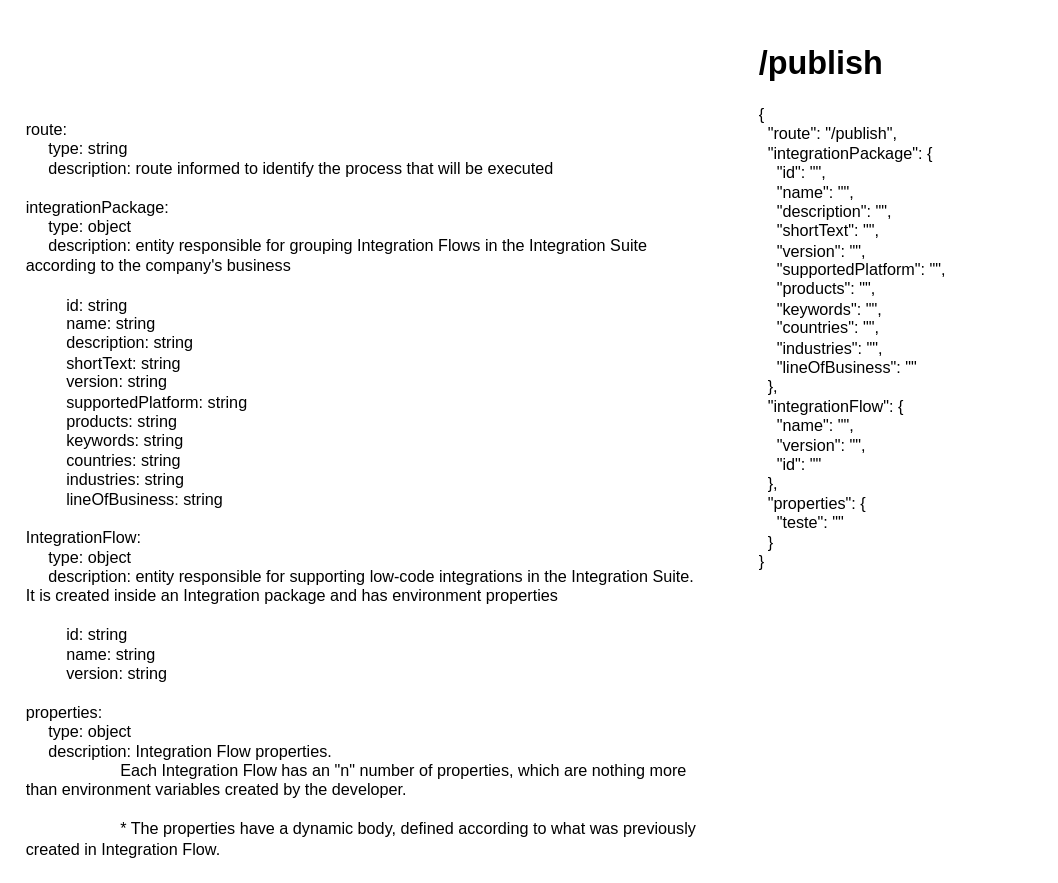
This is page "Payload examples" (5 of 5) of cpi-publisher-diagram.drawio from gabriel-rodrigues-f/sap-cloud-integration-architectural-diagrams, a draw.io file, before an edit. Source tidied: cells renumbered, new cells numbered last; positions are measured from the earlier drawing's top-left corner, leaving out a move shared by most shapes. Both pictures are drawn from the tidied source at 135%, with x=0, y=0 at pixel (23, 36).
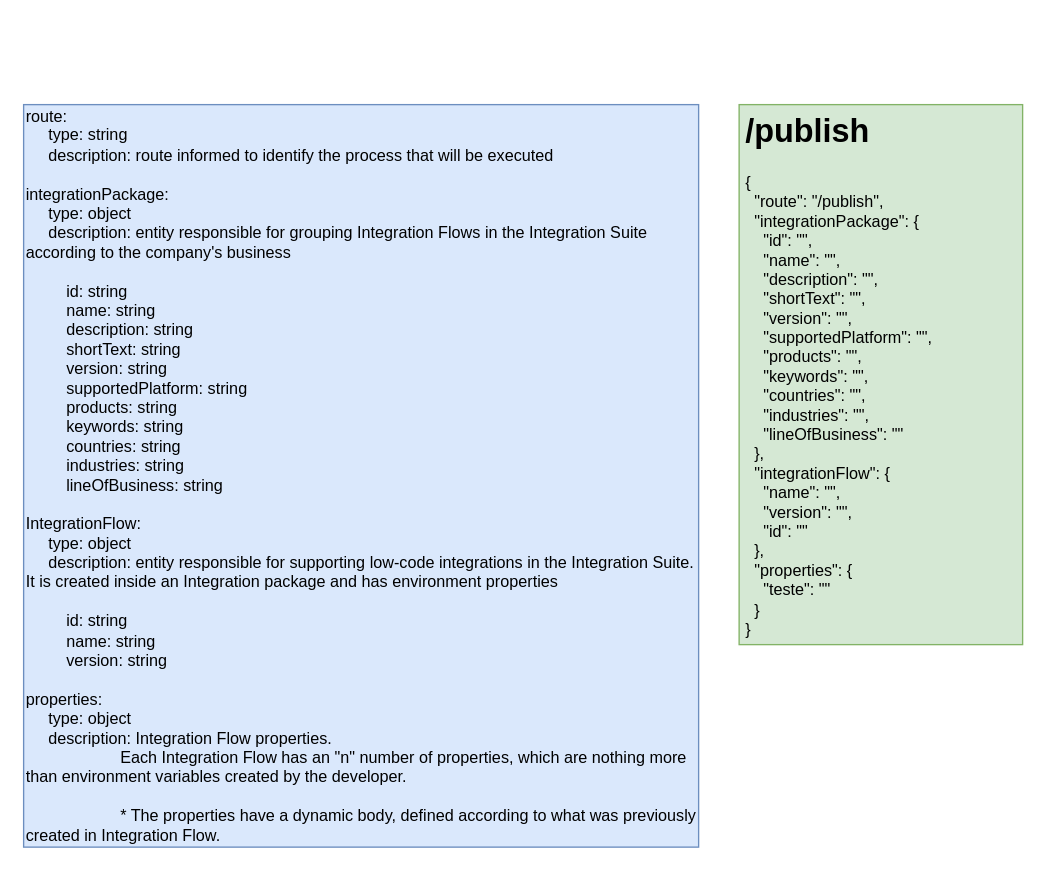
The same diagram, later.

The edit, as a diff of the source:
```diff
@@
 <mxGraphModel>
   <root>
     <mxCell id="0" />
     <mxCell id="1" parent="0" />
-    <mxCell id="2" value="&lt;h1&gt;/publish&lt;/h1&gt;&lt;div style=&quot;border-color: var(--border-color);&quot;&gt;{&lt;br style=&quot;border-color: var(--border-color);&quot;&gt;&lt;/div&gt;&lt;div style=&quot;border-color: var(--border-color);&quot;&gt;&lt;div style=&quot;border-color: var(--border-color);&quot;&gt;&amp;nbsp; &quot;route&quot;: &quot;/publish&quot;,&lt;/div&gt;&lt;div style=&quot;border-color: var(--border-color);&quot;&gt;&amp;nbsp; &quot;integrationPackage&quot;: {&lt;/div&gt;&lt;div style=&quot;border-color: var(--border-color);&quot;&gt;&amp;nbsp; &amp;nbsp; &quot;id&quot;: &quot;&quot;,&lt;/div&gt;&lt;div style=&quot;border-color: var(--border-color);&quot;&gt;&amp;nbsp; &amp;nbsp; &quot;name&quot;: &quot;&quot;,&lt;/div&gt;&lt;div style=&quot;border-color: var(--border-color);&quot;&gt;&amp;nbsp; &amp;nbsp; &quot;description&quot;: &quot;&quot;,&lt;/div&gt;&lt;div style=&quot;border-color: var(--border-color);&quot;&gt;&amp;nbsp; &amp;nbsp; &quot;shortText&quot;: &quot;&quot;,&lt;/div&gt;&lt;div style=&quot;border-color: var(--border-color);&quot;&gt;&amp;nbsp; &amp;nbsp; &quot;version&quot;: &quot;&quot;,&lt;/div&gt;&lt;div style=&quot;border-color: var(--border-color);&quot;&gt;&amp;nbsp; &amp;nbsp; &quot;supportedPlatform&quot;: &quot;&quot;,&lt;/div&gt;&lt;div style=&quot;border-color: var(--border-color);&quot;&gt;&amp;nbsp; &amp;nbsp; &quot;products&quot;: &quot;&quot;,&lt;/div&gt;&lt;div style=&quot;border-color: var(--border-color);&quot;&gt;&amp;nbsp; &amp;nbsp; &quot;keywords&quot;: &quot;&quot;,&lt;/div&gt;&lt;div style=&quot;border-color: var(--border-color);&quot;&gt;&amp;nbsp; &amp;nbsp; &quot;countries&quot;: &quot;&quot;,&lt;/div&gt;&lt;div style=&quot;border-color: var(--border-color);&quot;&gt;&amp;nbsp; &amp;nbsp; &quot;industries&quot;: &quot;&quot;,&lt;/div&gt;&lt;div style=&quot;border-color: var(--border-color);&quot;&gt;&amp;nbsp; &amp;nbsp; &quot;lineOfBusiness&quot;: &quot;&quot;&lt;/div&gt;&lt;div style=&quot;border-color: var(--border-color);&quot;&gt;&amp;nbsp; },&lt;/div&gt;&lt;div style=&quot;border-color: var(--border-color);&quot;&gt;&amp;nbsp; &quot;integrationFlow&quot;: {&lt;/div&gt;&lt;div style=&quot;border-color: var(--border-color);&quot;&gt;&amp;nbsp; &amp;nbsp; &quot;name&quot;: &quot;&quot;,&lt;/div&gt;&lt;div style=&quot;border-color: var(--border-color);&quot;&gt;&amp;nbsp; &amp;nbsp; &quot;version&quot;: &quot;&quot;,&lt;/div&gt;&lt;div style=&quot;border-color: var(--border-color);&quot;&gt;&amp;nbsp; &amp;nbsp; &quot;id&quot;: &quot;&quot;&lt;/div&gt;&lt;div style=&quot;border-color: var(--border-color);&quot;&gt;&amp;nbsp; },&lt;/div&gt;&lt;div style=&quot;border-color: var(--border-color);&quot;&gt;&amp;nbsp; &quot;properties&quot;: {&lt;/div&gt;&lt;div style=&quot;border-color: var(--border-color);&quot;&gt;&amp;nbsp; &amp;nbsp; &quot;teste&quot;: &quot;&quot;&lt;/div&gt;&lt;div style=&quot;border-color: var(--border-color);&quot;&gt;&amp;nbsp; }&lt;/div&gt;&lt;div style=&quot;border-color: var(--border-color);&quot;&gt;}&lt;/div&gt;&lt;/div&gt;" style="text;html=1;strokeColor=none;fillColor=none;spacing=5;spacingTop=-20;whiteSpace=wrap;overflow=hidden;rounded=0;" parent="1" vertex="1">
-      <mxGeometry x="540" width="210" height="400" as="geometry" />
+    <mxCell id="2" value="&lt;h1&gt;/publish&lt;/h1&gt;&lt;div style=&quot;border-color: var(--border-color);&quot;&gt;{&lt;br style=&quot;border-color: var(--border-color);&quot;&gt;&lt;/div&gt;&lt;div style=&quot;border-color: var(--border-color);&quot;&gt;&lt;div style=&quot;border-color: var(--border-color);&quot;&gt;&amp;nbsp; &quot;route&quot;: &quot;/publish&quot;,&lt;/div&gt;&lt;div style=&quot;border-color: var(--border-color);&quot;&gt;&amp;nbsp; &quot;integrationPackage&quot;: {&lt;/div&gt;&lt;div style=&quot;border-color: var(--border-color);&quot;&gt;&amp;nbsp; &amp;nbsp; &quot;id&quot;: &quot;&quot;,&lt;/div&gt;&lt;div style=&quot;border-color: var(--border-color);&quot;&gt;&amp;nbsp; &amp;nbsp; &quot;name&quot;: &quot;&quot;,&lt;/div&gt;&lt;div style=&quot;border-color: var(--border-color);&quot;&gt;&amp;nbsp; &amp;nbsp; &quot;description&quot;: &quot;&quot;,&lt;/div&gt;&lt;div style=&quot;border-color: var(--border-color);&quot;&gt;&amp;nbsp; &amp;nbsp; &quot;shortText&quot;: &quot;&quot;,&lt;/div&gt;&lt;div style=&quot;border-color: var(--border-color);&quot;&gt;&amp;nbsp; &amp;nbsp; &quot;version&quot;: &quot;&quot;,&lt;/div&gt;&lt;div style=&quot;border-color: var(--border-color);&quot;&gt;&amp;nbsp; &amp;nbsp; &quot;supportedPlatform&quot;: &quot;&quot;,&lt;/div&gt;&lt;div style=&quot;border-color: var(--border-color);&quot;&gt;&amp;nbsp; &amp;nbsp; &quot;products&quot;: &quot;&quot;,&lt;/div&gt;&lt;div style=&quot;border-color: var(--border-color);&quot;&gt;&amp;nbsp; &amp;nbsp; &quot;keywords&quot;: &quot;&quot;,&lt;/div&gt;&lt;div style=&quot;border-color: var(--border-color);&quot;&gt;&amp;nbsp; &amp;nbsp; &quot;countries&quot;: &quot;&quot;,&lt;/div&gt;&lt;div style=&quot;border-color: var(--border-color);&quot;&gt;&amp;nbsp; &amp;nbsp; &quot;industries&quot;: &quot;&quot;,&lt;/div&gt;&lt;div style=&quot;border-color: var(--border-color);&quot;&gt;&amp;nbsp; &amp;nbsp; &quot;lineOfBusiness&quot;: &quot;&quot;&lt;/div&gt;&lt;div style=&quot;border-color: var(--border-color);&quot;&gt;&amp;nbsp; },&lt;/div&gt;&lt;div style=&quot;border-color: var(--border-color);&quot;&gt;&amp;nbsp; &quot;integrationFlow&quot;: {&lt;/div&gt;&lt;div style=&quot;border-color: var(--border-color);&quot;&gt;&amp;nbsp; &amp;nbsp; &quot;name&quot;: &quot;&quot;,&lt;/div&gt;&lt;div style=&quot;border-color: var(--border-color);&quot;&gt;&amp;nbsp; &amp;nbsp; &quot;version&quot;: &quot;&quot;,&lt;/div&gt;&lt;div style=&quot;border-color: var(--border-color);&quot;&gt;&amp;nbsp; &amp;nbsp; &quot;id&quot;: &quot;&quot;&lt;/div&gt;&lt;div style=&quot;border-color: var(--border-color);&quot;&gt;&amp;nbsp; },&lt;/div&gt;&lt;div style=&quot;border-color: var(--border-color);&quot;&gt;&amp;nbsp; &quot;properties&quot;: {&lt;/div&gt;&lt;div style=&quot;border-color: var(--border-color);&quot;&gt;&amp;nbsp; &amp;nbsp; &quot;teste&quot;: &quot;&quot;&lt;/div&gt;&lt;div style=&quot;border-color: var(--border-color);&quot;&gt;&amp;nbsp; }&lt;/div&gt;&lt;div style=&quot;border-color: var(--border-color);&quot;&gt;}&lt;/div&gt;&lt;/div&gt;" style="text;html=1;strokeColor=#82b366;fillColor=#d5e8d4;spacing=5;spacingTop=-20;whiteSpace=wrap;overflow=hidden;rounded=0;" parent="1" vertex="1">
+      <mxGeometry x="530" y="50" width="210" height="400" as="geometry" />
     </mxCell>
-    <mxCell id="3" value="&lt;div&gt;route:&lt;/div&gt;&lt;div&gt;&amp;nbsp; &amp;nbsp; &amp;nbsp;type: string&lt;/div&gt;&lt;div&gt;&amp;nbsp; &amp;nbsp; &amp;nbsp;description: route informed to identify the process that will be executed&lt;/div&gt;&lt;div&gt;&lt;br&gt;&lt;/div&gt;&lt;div&gt;integrationPackage:&lt;/div&gt;&lt;div&gt;&amp;nbsp; &amp;nbsp; &amp;nbsp;type: object&lt;/div&gt;&lt;div&gt;&amp;nbsp; &amp;nbsp; &amp;nbsp;description: entity responsible for grouping Integration Flows in the Integration Suite according to the company's business&lt;/div&gt;&lt;div&gt;&lt;br&gt;&lt;/div&gt;&lt;div&gt;&amp;nbsp; &amp;nbsp; &amp;nbsp; &amp;nbsp; &amp;nbsp;id: string&lt;/div&gt;&lt;div&gt;&amp;nbsp; &amp;nbsp; &amp;nbsp; &amp;nbsp; &amp;nbsp;name: string&lt;/div&gt;&lt;div&gt;&amp;nbsp; &amp;nbsp; &amp;nbsp; &amp;nbsp; &amp;nbsp;description: string&lt;/div&gt;&lt;div&gt;&amp;nbsp; &amp;nbsp; &amp;nbsp; &amp;nbsp; &amp;nbsp;shortText: string&lt;/div&gt;&lt;div&gt;&amp;nbsp; &amp;nbsp; &amp;nbsp; &amp;nbsp; &amp;nbsp;version: string&lt;/div&gt;&lt;div&gt;&amp;nbsp; &amp;nbsp; &amp;nbsp; &amp;nbsp; &amp;nbsp;supportedPlatform: string&lt;/div&gt;&lt;div&gt;&amp;nbsp; &amp;nbsp; &amp;nbsp; &amp;nbsp; &amp;nbsp;products: string&lt;/div&gt;&lt;div&gt;&amp;nbsp; &amp;nbsp; &amp;nbsp; &amp;nbsp; &amp;nbsp;keywords: string&lt;/div&gt;&lt;div&gt;&amp;nbsp; &amp;nbsp; &amp;nbsp; &amp;nbsp; &amp;nbsp;countries: string&lt;/div&gt;&lt;div&gt;&amp;nbsp; &amp;nbsp; &amp;nbsp; &amp;nbsp; &amp;nbsp;industries: string&lt;/div&gt;&lt;div&gt;&amp;nbsp; &amp;nbsp; &amp;nbsp; &amp;nbsp; &amp;nbsp;lineOfBusiness: string&lt;/div&gt;&lt;div&gt;&lt;br&gt;&lt;/div&gt;&lt;div&gt;IntegrationFlow:&lt;/div&gt;&lt;div&gt;&amp;nbsp; &amp;nbsp; &amp;nbsp;type: object&lt;/div&gt;&lt;div&gt;&amp;nbsp; &amp;nbsp; &amp;nbsp;description: entity responsible for supporting low-code integrations in the Integration Suite. It is created inside an Integration package and has environment properties&lt;/div&gt;&lt;div&gt;&lt;br&gt;&lt;/div&gt;&lt;div&gt;&amp;nbsp; &amp;nbsp; &amp;nbsp; &amp;nbsp; &amp;nbsp;id: string&lt;/div&gt;&lt;div&gt;&amp;nbsp; &amp;nbsp; &amp;nbsp; &amp;nbsp; &amp;nbsp;name: string&lt;/div&gt;&lt;div&gt;&amp;nbsp; &amp;nbsp; &amp;nbsp; &amp;nbsp; &amp;nbsp;version: string&lt;/div&gt;&lt;div&gt;&lt;br&gt;&lt;/div&gt;&lt;div&gt;properties:&lt;/div&gt;&lt;div&gt;&amp;nbsp; &amp;nbsp; &amp;nbsp;type: object&lt;/div&gt;&lt;div&gt;&amp;nbsp; &amp;nbsp; &amp;nbsp;description: Integration Flow properties.&lt;/div&gt;&lt;div&gt;&amp;nbsp; &amp;nbsp; &amp;nbsp; &amp;nbsp; &amp;nbsp; &amp;nbsp; &amp;nbsp; &amp;nbsp; &amp;nbsp; &amp;nbsp; &amp;nbsp;Each Integration Flow has an &quot;n&quot; number of properties, which are nothing more than environment variables created by the developer.&lt;/div&gt;&lt;div&gt;&lt;br&gt;&lt;/div&gt;&lt;div&gt;&amp;nbsp; &amp;nbsp; &amp;nbsp; &amp;nbsp; &amp;nbsp; &amp;nbsp; &amp;nbsp; &amp;nbsp; &amp;nbsp; &amp;nbsp; &amp;nbsp;* The properties have a dynamic body, defined according to what was previously created in Integration Flow.&lt;/div&gt;" style="text;html=1;strokeColor=none;fillColor=none;align=left;verticalAlign=middle;whiteSpace=wrap;rounded=0;" parent="1" vertex="1">
-      <mxGeometry y="60" width="500" height="550" as="geometry" />
+    <mxCell id="3" value="&lt;div&gt;route:&lt;/div&gt;&lt;div&gt;&amp;nbsp; &amp;nbsp; &amp;nbsp;type: string&lt;/div&gt;&lt;div&gt;&amp;nbsp; &amp;nbsp; &amp;nbsp;description: route informed to identify the process that will be executed&lt;/div&gt;&lt;div&gt;&lt;br&gt;&lt;/div&gt;&lt;div&gt;integrationPackage:&lt;/div&gt;&lt;div&gt;&amp;nbsp; &amp;nbsp; &amp;nbsp;type: object&lt;/div&gt;&lt;div&gt;&amp;nbsp; &amp;nbsp; &amp;nbsp;description: entity responsible for grouping Integration Flows in the Integration Suite according to the company's business&lt;/div&gt;&lt;div&gt;&lt;br&gt;&lt;/div&gt;&lt;div&gt;&amp;nbsp; &amp;nbsp; &amp;nbsp; &amp;nbsp; &amp;nbsp;id: string&lt;/div&gt;&lt;div&gt;&amp;nbsp; &amp;nbsp; &amp;nbsp; &amp;nbsp; &amp;nbsp;name: string&lt;/div&gt;&lt;div&gt;&amp;nbsp; &amp;nbsp; &amp;nbsp; &amp;nbsp; &amp;nbsp;description: string&lt;/div&gt;&lt;div&gt;&amp;nbsp; &amp;nbsp; &amp;nbsp; &amp;nbsp; &amp;nbsp;shortText: string&lt;/div&gt;&lt;div&gt;&amp;nbsp; &amp;nbsp; &amp;nbsp; &amp;nbsp; &amp;nbsp;version: string&lt;/div&gt;&lt;div&gt;&amp;nbsp; &amp;nbsp; &amp;nbsp; &amp;nbsp; &amp;nbsp;supportedPlatform: string&lt;/div&gt;&lt;div&gt;&amp;nbsp; &amp;nbsp; &amp;nbsp; &amp;nbsp; &amp;nbsp;products: string&lt;/div&gt;&lt;div&gt;&amp;nbsp; &amp;nbsp; &amp;nbsp; &amp;nbsp; &amp;nbsp;keywords: string&lt;/div&gt;&lt;div&gt;&amp;nbsp; &amp;nbsp; &amp;nbsp; &amp;nbsp; &amp;nbsp;countries: string&lt;/div&gt;&lt;div&gt;&amp;nbsp; &amp;nbsp; &amp;nbsp; &amp;nbsp; &amp;nbsp;industries: string&lt;/div&gt;&lt;div&gt;&amp;nbsp; &amp;nbsp; &amp;nbsp; &amp;nbsp; &amp;nbsp;lineOfBusiness: string&lt;/div&gt;&lt;div&gt;&lt;br&gt;&lt;/div&gt;&lt;div&gt;IntegrationFlow:&lt;/div&gt;&lt;div&gt;&amp;nbsp; &amp;nbsp; &amp;nbsp;type: object&lt;/div&gt;&lt;div&gt;&amp;nbsp; &amp;nbsp; &amp;nbsp;description: entity responsible for supporting low-code integrations in the Integration Suite. It is created inside an Integration package and has environment properties&lt;/div&gt;&lt;div&gt;&lt;br&gt;&lt;/div&gt;&lt;div&gt;&amp;nbsp; &amp;nbsp; &amp;nbsp; &amp;nbsp; &amp;nbsp;id: string&lt;/div&gt;&lt;div&gt;&amp;nbsp; &amp;nbsp; &amp;nbsp; &amp;nbsp; &amp;nbsp;name: string&lt;/div&gt;&lt;div&gt;&amp;nbsp; &amp;nbsp; &amp;nbsp; &amp;nbsp; &amp;nbsp;version: string&lt;/div&gt;&lt;div&gt;&lt;br&gt;&lt;/div&gt;&lt;div&gt;properties:&lt;/div&gt;&lt;div&gt;&amp;nbsp; &amp;nbsp; &amp;nbsp;type: object&lt;/div&gt;&lt;div&gt;&amp;nbsp; &amp;nbsp; &amp;nbsp;description: Integration Flow properties.&lt;/div&gt;&lt;div&gt;&amp;nbsp; &amp;nbsp; &amp;nbsp; &amp;nbsp; &amp;nbsp; &amp;nbsp; &amp;nbsp; &amp;nbsp; &amp;nbsp; &amp;nbsp; &amp;nbsp;Each Integration Flow has an &quot;n&quot; number of properties, which are nothing more than environment variables created by the developer.&lt;/div&gt;&lt;div&gt;&lt;br&gt;&lt;/div&gt;&lt;div&gt;&amp;nbsp; &amp;nbsp; &amp;nbsp; &amp;nbsp; &amp;nbsp; &amp;nbsp; &amp;nbsp; &amp;nbsp; &amp;nbsp; &amp;nbsp; &amp;nbsp;* The properties have a dynamic body, defined according to what was previously created in Integration Flow.&lt;/div&gt;" style="text;html=1;strokeColor=#6c8ebf;fillColor=#dae8fc;align=left;verticalAlign=middle;whiteSpace=wrap;rounded=0;" parent="1" vertex="1">
+      <mxGeometry y="50" width="500" height="550" as="geometry" />
     </mxCell>
   </root>
 </mxGraphModel>
```
